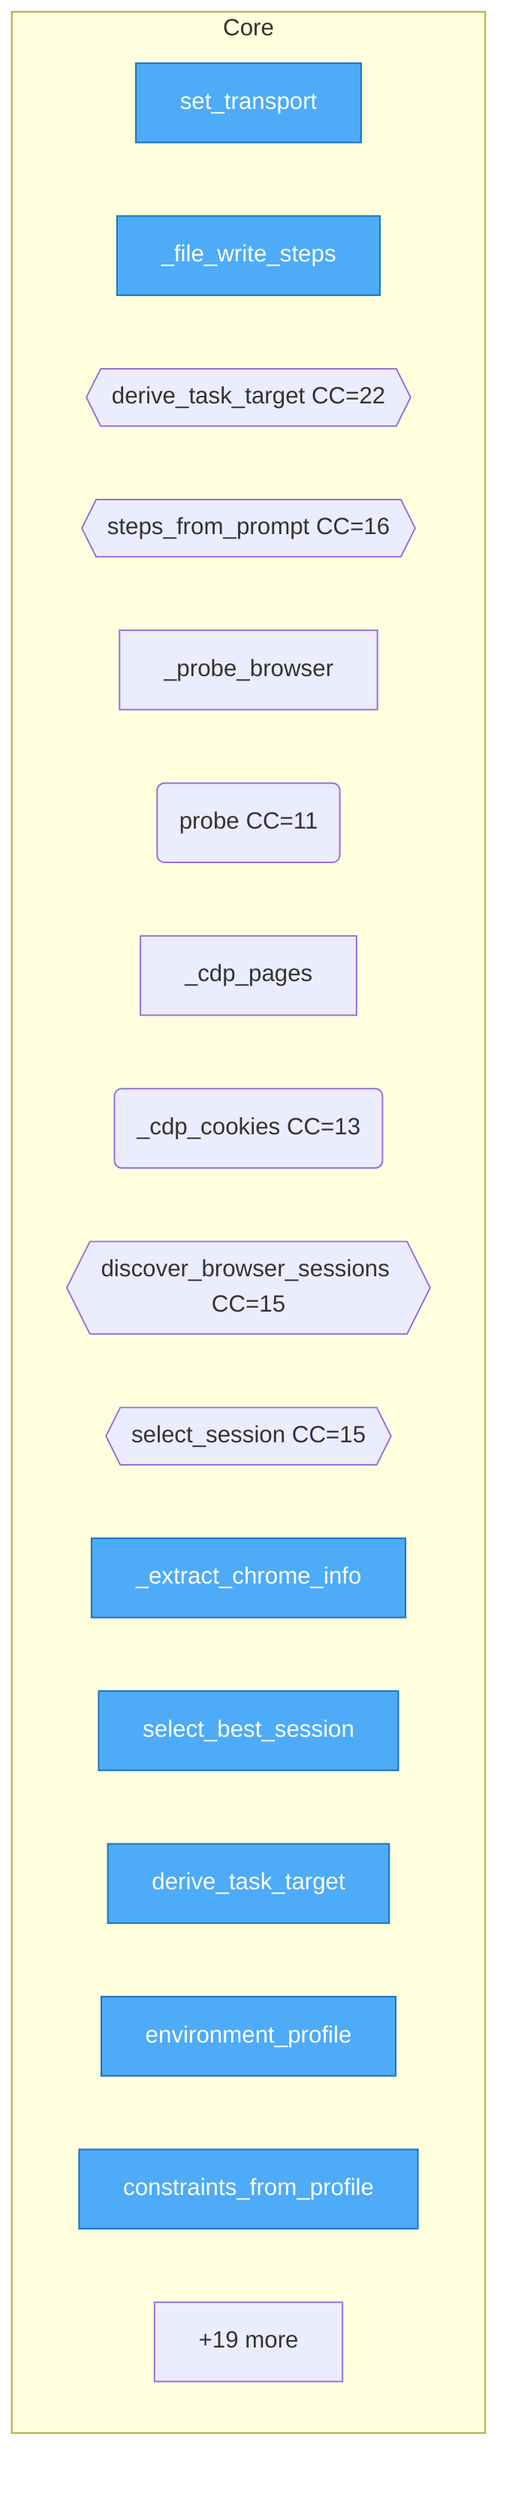
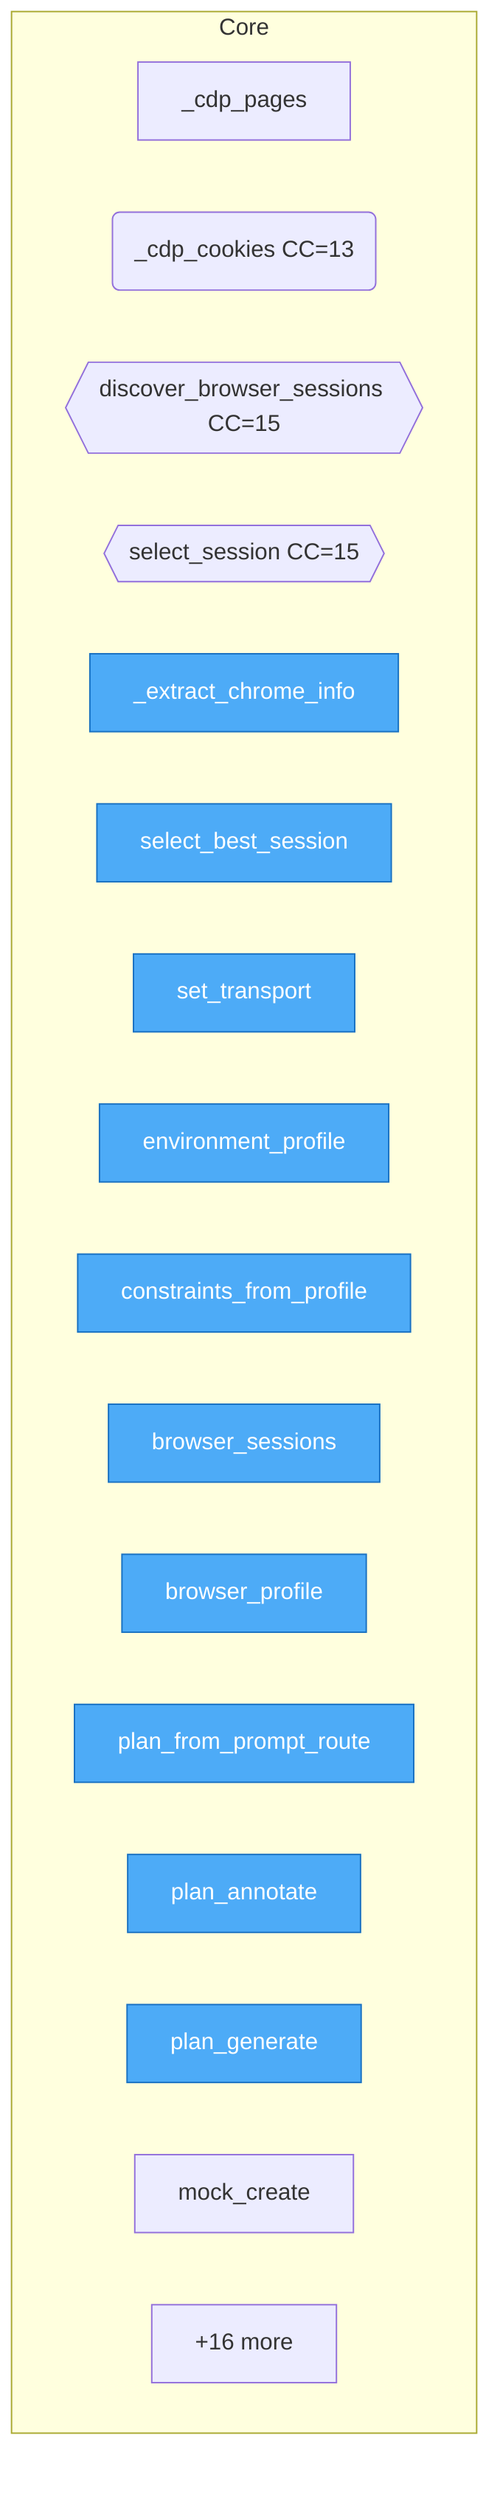
flowchart TD
%% generated in 0.00s

    %% Entry points (blue)
    classDef entry fill:#4dabf7,stroke:#1971c2,color:#fff

    subgraph Core
-         urirun_connector_twin__dispatch__set_transport["set_transport"]
-         urirun_connector_twin__prompt_plan___file_write_steps["_file_write_steps"]
-         urirun_connector_twin__prompt_plan__derive_task_target{{derive_task_target CC=22}}
-         urirun_connector_twin__prompt_plan__steps_from_prompt{{steps_from_prompt CC=16}}
-         urirun_connector_twin__environment___probe_browser["_probe_browser"]
-         urirun_connector_twin__environment__probe("probe CC=11")
        urirun_connector_twin__browser___cdp_pages["_cdp_pages"]
        urirun_connector_twin__browser___cdp_cookies("_cdp_cookies CC=13")
        urirun_connector_twin__browser__discover_browser_sessions{{discover_browser_sessions CC=15}}
        urirun_connector_twin__browser__select_session{{select_session CC=15}}
        urirun_connector_twin__browser___extract_chrome_info["_extract_chrome_info"]
        urirun_connector_twin__browser__select_best_session["select_best_session"]
-         urirun_connector_twin__session__derive_task_target["derive_task_target"]
+         urirun_connector_twin__dispatch__set_transport["set_transport"]
        urirun_connector_twin__core__environment_profile["environment_profile"]
        urirun_connector_twin__core__constraints_from_profile["constraints_from_profile"]
-         ...["+19 more"]
+         urirun_connector_twin__core__browser_sessions["browser_sessions"]
+         urirun_connector_twin__core__browser_profile["browser_profile"]
+         urirun_connector_twin__core__plan_from_prompt_route["plan_from_prompt_route"]
+         urirun_connector_twin__core__plan_annotate["plan_annotate"]
+         urirun_connector_twin__core__plan_generate["plan_generate"]
+         urirun_connector_twin__core__mock_create["mock_create"]
+         ...["+16 more"]
    end

-     class urirun_connector_twin__dispatch__set_transport,urirun_connector_twin__prompt_plan___file_write_steps,urirun_connector_twin__browser___extract_chrome_info,urirun_connector_twin__browser__select_best_session,urirun_connector_twin__session__derive_task_target,urirun_connector_twin__core__environment_profile,urirun_connector_twin__core__constraints_from_profile,urirun_connector_twin__core__browser_sessions,urirun_connector_twin__core__browser_profile,urirun_connector_twin__core__plan_from_prompt_route entry
+     class urirun_connector_twin__browser___extract_chrome_info,urirun_connector_twin__browser__select_best_session,urirun_connector_twin__dispatch__set_transport,urirun_connector_twin__core__environment_profile,urirun_connector_twin__core__constraints_from_profile,urirun_connector_twin__core__browser_sessions,urirun_connector_twin__core__browser_profile,urirun_connector_twin__core__plan_from_prompt_route,urirun_connector_twin__core__plan_annotate,urirun_connector_twin__core__plan_generate entry
